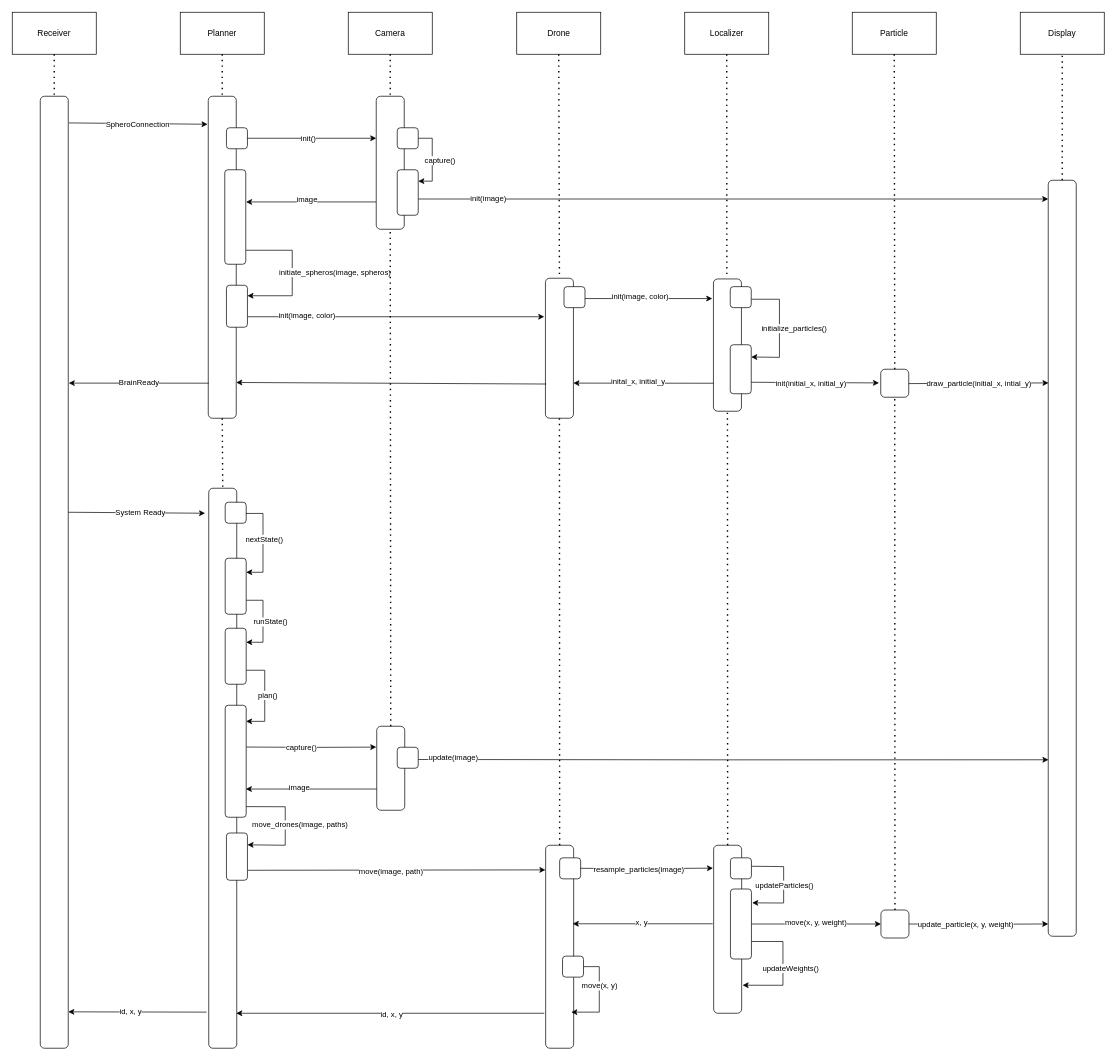
Before: implementation/prob_rob_flow.drawio in phbui/sphero-swarm, a draw.io diagram. Source tidied: cells renumbered, new cells numbered last; positions are measured from the earlier drawing's top-left corner, leaving out a move shared by most shapes. Both pictures are drawn from the tidied source at 70%, with x=0, y=0 at pixel (12, 12).
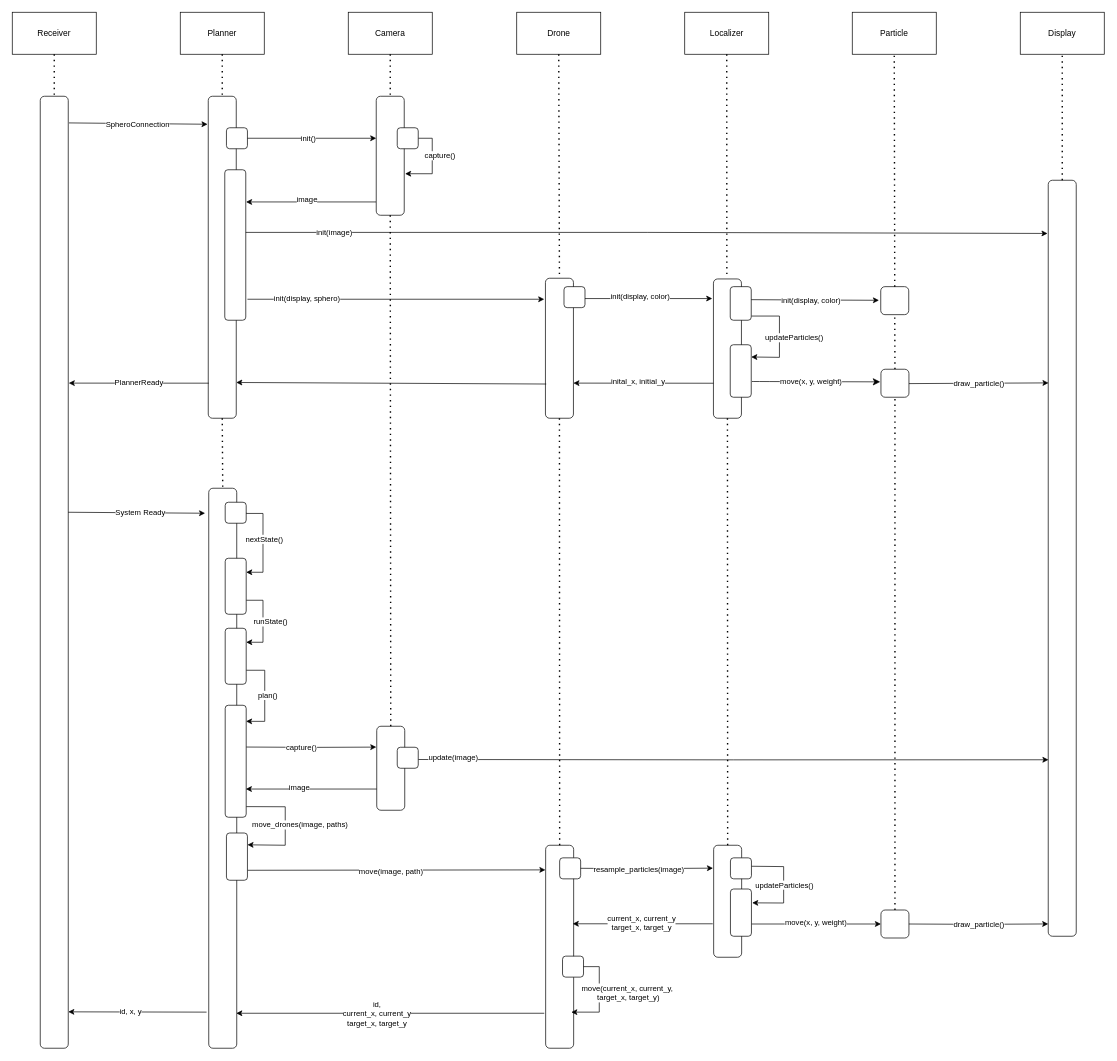
The same page after the edit.

Unchanged cells that the change refers to:
```xml
<mxCell id="8" style="endArrow=classic;html=1;rounded=0;exitX=0.012;exitY=0.666;exitDx=0;exitDy=0;exitPerimeter=0;entryX=1.012;entryY=0.285;entryDx=0;entryDy=0;entryPerimeter=0;" parent="1" edge="1">
  <mxGeometry relative="1" as="geometry">
    <mxPoint x="280.7" y="529.9" as="sourcePoint" />
    <mxPoint x="80.7" y="529.8" as="targetPoint" />
  </mxGeometry>
</mxCell>
<mxCell id="35" style="rounded=1;whiteSpace=wrap;html=1;" parent="1" vertex="1">
  <mxGeometry x="550" y="165" width="30" height="30" as="geometry" />
</mxCell>
<mxCell id="71" style="rounded=1;whiteSpace=wrap;html=1;" parent="1" vertex="1">
  <mxGeometry x="1241" y="1282.5" width="40" height="40" as="geometry" />
</mxCell>
<mxCell id="72" style="edgeStyle=orthogonalEdgeStyle;rounded=0;orthogonalLoop=1;jettySize=auto;html=1;exitX=1;exitY=0.5;exitDx=0;exitDy=0;" parent="1" edge="1">
  <mxGeometry relative="1" as="geometry">
    <mxPoint x="806.1" y="1363.4" as="sourcePoint" />
    <mxPoint x="798.6" y="1428.4" as="targetPoint" />
    <Array as="points">
      <mxPoint x="838.6" y="1363.4" />
      <mxPoint x="838.6" y="1428.4" />
    </Array>
  </mxGeometry>
</mxCell>
<mxCell id="75" style="endArrow=classic;html=1;rounded=0;" parent="1" edge="1">
  <mxGeometry relative="1" as="geometry">
    <mxPoint x="1000.7" y="1302.2" as="sourcePoint" />
    <mxPoint x="800.7" y="1302.2" as="targetPoint" />
  </mxGeometry>
</mxCell>
<mxCell id="77" style="endArrow=classic;html=1;rounded=0;" parent="1" edge="1">
  <mxGeometry relative="1" as="geometry">
    <mxPoint x="760" y="1430" as="sourcePoint" />
    <mxPoint x="320" y="1430" as="targetPoint" />
  </mxGeometry>
</mxCell>
<mxCell id="101" style="endArrow=classic;html=1;rounded=0;entryX=0.009;entryY=0.793;entryDx=0;entryDy=0;entryPerimeter=0;exitX=1;exitY=0.5;exitDx=0;exitDy=0;" parent="1" edge="1">
  <mxGeometry relative="1" as="geometry">
    <mxPoint x="1280.7" y="530.5" as="sourcePoint" />
    <mxPoint x="1480.4" y="529.5" as="targetPoint" />
  </mxGeometry>
</mxCell>
<mxCell id="108" style="edgeStyle=orthogonalEdgeStyle;rounded=0;orthogonalLoop=1;jettySize=auto;html=1;exitX=1;exitY=0.5;exitDx=0;exitDy=0;entryX=-0.009;entryY=0.89;entryDx=0;entryDy=0;entryPerimeter=0;" parent="1" edge="1">
  <mxGeometry relative="1" as="geometry">
    <mxPoint x="1281" y="1302.5" as="sourcePoint" />
    <mxPoint x="1480" y="1302.4" as="targetPoint" />
  </mxGeometry>
</mxCell>
```

Diff of the diagram source:
```diff
@@
-    <mxCell id="9" value="BrainReady" style="edgeLabel;html=1;align=center;verticalAlign=middle;" parent="8" vertex="1">
+    <mxCell id="9" value="PlannerReady" style="edgeLabel;html=1;align=center;verticalAlign=middle;" parent="8" vertex="1">
       <mxGeometry x="0.11" y="-1" relative="1" as="geometry">
         <mxPoint x="11" as="offset" />
       </mxGeometry>
     </mxCell>
@@
     <mxCell id="17" style="rounded=1;whiteSpace=wrap;html=1;" parent="1" vertex="1">
-      <mxGeometry x="1002" y="1190" width="40" height="240" as="geometry" />
+      <mxGeometry x="1002" y="1190" width="40" height="160" as="geometry" />
     </mxCell>
@@
-    <mxCell id="23" style="edgeStyle=orthogonalEdgeStyle;rounded=0;jettySize=auto;html=1;exitX=1;exitY=0.5;exitDx=0;exitDy=0;entryX=0;entryY=0.5;entryDx=0;entryDy=0;" parent="1" edge="1" source="27" target="71">
-      <mxGeometry relative="1" as="geometry" />
+    <mxCell id="23" style="edgeStyle=orthogonalEdgeStyle;rounded=0;orthogonalLoop=1;jettySize=auto;html=1;exitX=1;exitY=0.5;exitDx=0;exitDy=0;entryX=0;entryY=0.5;entryDx=0;entryDy=0;" parent="1" edge="1">
+      <mxGeometry relative="1" as="geometry">
+        <mxPoint x="1056" y="1302.5" as="sourcePoint" />
+        <mxPoint x="1241" y="1302.5" as="targetPoint" />
+      </mxGeometry>
     </mxCell>
@@
-    <mxCell id="25" style="edgeStyle=orthogonalEdgeStyle;rounded=0;jettySize=auto;html=1;exitX=1;exitY=0.75;exitDx=0;exitDy=0;entryX=1.033;entryY=0.833;entryDx=0;entryDy=0;entryPerimeter=0;" parent="1" edge="1" source="27" target="17">
-      <mxGeometry relative="1" as="geometry">
-        <Array as="points">
-          <mxPoint x="1101" y="1328" />
-          <mxPoint x="1101" y="1390" />
-          <mxPoint x="1071" y="1390" />
-        </Array>
-      </mxGeometry>
-    </mxCell>
-    <mxCell id="26" value="updateWeights()" style="edgeLabel;html=1;align=center;verticalAlign=middle;" parent="25" vertex="1">
-      <mxGeometry x="-0.15" relative="1" as="geometry">
-        <mxPoint x="10" y="13" as="offset" />
-      </mxGeometry>
-    </mxCell>
     <mxCell id="27" style="rounded=1;whiteSpace=wrap;html=1;" parent="1" vertex="1">
-      <mxGeometry x="1026" y="1252.5" width="30" height="100" as="geometry" />
+      <mxGeometry x="1026" y="1252.5" width="30" height="67.5" as="geometry" />
     </mxCell>
-    <mxCell id="28" style="endArrow=classic;html=1;rounded=0;exitX=0.992;exitY=0.875;exitDx=0;exitDy=0;exitPerimeter=0;entryX=1.033;entryY=0.198;entryDx=0;entryDy=0;entryPerimeter=0;" parent="1" edge="1" target="27">
+    <mxCell id="28" style="endArrow=classic;html=1;rounded=0;exitX=0.992;exitY=0.875;exitDx=0;exitDy=0;exitPerimeter=0;entryX=1.033;entryY=0.198;entryDx=0;entryDy=0;entryPerimeter=0;" parent="1" edge="1">
       <mxGeometry relative="1" as="geometry">
         <mxPoint x="1055.8" y="1220" as="sourcePoint" />
+        <mxPoint x="1057" y="1272.3" as="targetPoint" />
         <Array as="points">
           <mxPoint x="1102" y="1220.5" />
           <mxPoint x="1102" y="1272.5" />
         </Array>
       </mxGeometry>
     </mxCell>
@@
     <mxCell id="31" style="rounded=1;whiteSpace=wrap;html=1;" parent="1" vertex="1">
-      <mxGeometry x="520" y="120" width="40" height="190" as="geometry" />
+      <mxGeometry x="520" y="120" width="40" height="170" as="geometry" />
     </mxCell>
@@
-    <mxCell id="33" style="edgeStyle=orthogonalEdgeStyle;rounded=0;jettySize=auto;html=1;exitX=1;exitY=0.5;exitDx=0;exitDy=0;entryX=1;entryY=0.25;entryDx=0;entryDy=0;" parent="1" edge="1" source="35" target="93">
+    <mxCell id="33" style="edgeStyle=orthogonalEdgeStyle;rounded=0;jettySize=auto;html=1;exitX=1;exitY=0.5;exitDx=0;exitDy=0;entryX=1.03;entryY=0.651;entryDx=0;entryDy=0;entryPerimeter=0;" parent="1" edge="1" source="35" target="31">
       <mxGeometry relative="1" as="geometry">
         <Array as="points">
           <mxPoint x="600" y="180" />
-          <mxPoint x="600" y="241" />
-          <mxPoint x="580" y="241" />
+          <mxPoint x="600" y="230" />
+          <mxPoint x="561" y="230" />
         </Array>
       </mxGeometry>
     </mxCell>
     <mxCell id="34" value="capture()" style="edgeLabel;html=1;align=center;verticalAlign=middle;" parent="33" vertex="1">
       <mxGeometry x="-0.17" relative="1" as="geometry">
-        <mxPoint x="10" y="9" as="offset" />
+        <mxPoint x="10" y="-1" as="offset" />
       </mxGeometry>
     </mxCell>
@@
     <mxCell id="36" style="rounded=1;whiteSpace=wrap;html=1;" parent="1" vertex="1">
-      <mxGeometry x="303.6" y="225" width="30" height="135" as="geometry" />
+      <mxGeometry x="303.6" y="225" width="30" height="215" as="geometry" />
     </mxCell>
-    <mxCell id="37" style="edgeStyle=orthogonalEdgeStyle;rounded=0;orthogonalLoop=1;jettySize=auto;html=1;entryX=1;entryY=0.5;entryDx=0;entryDy=0;" parent="1" edge="1">
-      <mxGeometry relative="1" as="geometry">
-        <mxPoint x="334" y="340" as="sourcePoint" />
-        <mxPoint x="336" y="405" as="targetPoint" />
-        <Array as="points">
-          <mxPoint x="400" y="340" />
-          <mxPoint x="400" y="405" />
-        </Array>
-      </mxGeometry>
-    </mxCell>
-    <mxCell id="38" value="initiate_spheros(image, spheros)" style="edgeLabel;html=1;align=center;verticalAlign=middle;" parent="37" vertex="1">
-      <mxGeometry x="-0.09" y="-2" relative="1" as="geometry">
-        <mxPoint x="62" y="8" as="offset" />
-      </mxGeometry>
-    </mxCell>
     <mxCell id="39" style="rounded=1;whiteSpace=wrap;html=1;" parent="1" vertex="1">
-      <mxGeometry x="1001.7" y="381" width="40" height="189" as="geometry" />
+      <mxGeometry x="1001.7" y="381" width="40" height="199" as="geometry" />
     </mxCell>
@@
-    <mxCell id="44" value="init(image, color)" style="edgeLabel;html=1;align=center;verticalAlign=middle;" parent="1" vertex="1">
+    <mxCell id="44" value="init(display, color)" style="edgeLabel;html=1;align=center;verticalAlign=middle;" parent="1" vertex="1">
       <mxGeometry x="900.7" y="407" as="geometry">
         <mxPoint x="-4" y="-2" as="offset" />
       </mxGeometry>
     </mxCell>
     <mxCell id="45" style="endArrow=classic;html=1;rounded=0;entryX=1;entryY=0.25;entryDx=0;entryDy=0;" parent="1" edge="1">
       <mxGeometry relative="1" as="geometry">
-        <mxPoint x="1056" y="410" as="sourcePoint" />
+        <mxPoint x="1056" y="434" as="sourcePoint" />
         <mxPoint x="1055.7" y="492.5" as="targetPoint" />
         <Array as="points">
-          <mxPoint x="1096" y="410" />
+          <mxPoint x="1096" y="434" />
           <mxPoint x="1096" y="493" />
         </Array>
       </mxGeometry>
     </mxCell>
-    <mxCell id="46" value="initialize_particles()" style="edgeLabel;html=1;align=center;verticalAlign=middle;" parent="45" vertex="1">
+    <mxCell id="46" value="updateParticles()" style="edgeLabel;html=1;align=center;verticalAlign=middle;" parent="45" vertex="1">
       <mxGeometry x="-0.07" y="1" relative="1" as="geometry">
         <mxPoint x="19" y="5" as="offset" />
       </mxGeometry>
     </mxCell>
     <mxCell id="47" style="rounded=1;whiteSpace=wrap;html=1;" parent="1" vertex="1">
-      <mxGeometry x="1240.7" y="510" width="40" height="40" as="geometry" />
+      <mxGeometry x="1240.7" y="392" width="40" height="40" as="geometry" />
     </mxCell>
     <mxCell id="48" style="rounded=1;whiteSpace=wrap;html=1;" parent="1" vertex="1">
-      <mxGeometry x="1025.7" y="392" width="30" height="30" as="geometry" />
+      <mxGeometry x="1025.7" y="392" width="30" height="48" as="geometry" />
     </mxCell>
@@
-    <mxCell id="73" value="move(x, y)" style="edgeLabel;html=1;align=center;verticalAlign=middle;" parent="72" vertex="1">
-      <mxGeometry x="-0.13" relative="1" as="geometry" />
+    <mxCell id="73" value="&lt;div&gt;move(current_x, current_y,&amp;nbsp;&lt;/div&gt;&lt;div&gt;target_x, target_y)&lt;/div&gt;" style="edgeLabel;html=1;align=center;verticalAlign=middle;" parent="72" vertex="1">
+      <mxGeometry x="-0.13" relative="1" as="geometry">
+        <mxPoint x="41" y="10" as="offset" />
+      </mxGeometry>
     </mxCell>
@@
-    <mxCell id="76" value="x, y" style="edgeLabel;html=1;align=center;verticalAlign=middle;" parent="75" vertex="1">
+    <mxCell id="76" value="&lt;div&gt;current_x, current_y&lt;/div&gt;&lt;div&gt;target_x, target_y&lt;br&gt;&lt;/div&gt;" style="edgeLabel;html=1;align=center;verticalAlign=middle;" parent="75" vertex="1">
       <mxGeometry x="0.02" y="-2" relative="1" as="geometry" />
     </mxCell>
@@
-    <mxCell id="78" value="id, x, y" style="edgeLabel;html=1;align=center;verticalAlign=middle;" parent="77" vertex="1">
-      <mxGeometry x="-0.03" y="2" relative="1" as="geometry">
-        <mxPoint x="-6" y="-1" as="offset" />
-      </mxGeometry>
-    </mxCell>
@@
-    <mxCell id="91" style="edgeStyle=orthogonalEdgeStyle;rounded=0;orthogonalLoop=1;jettySize=auto;html=1;exitX=1;exitY=0.75;exitDx=0;exitDy=0;entryX=0;entryY=0.75;entryDx=0;entryDy=0;" parent="1" edge="1">
+    <mxCell id="91" style="edgeStyle=orthogonalEdgeStyle;rounded=0;orthogonalLoop=1;jettySize=auto;html=1;entryX=-0.026;entryY=0.05;entryDx=0;entryDy=0;entryPerimeter=0;" parent="1" edge="1">
       <mxGeometry relative="1" as="geometry">
-        <mxPoint x="580" y="266.8" as="sourcePoint" />
-        <mxPoint x="1480" y="266.8" as="targetPoint" />
+        <mxPoint x="333.6" y="314.5" as="sourcePoint" />
+        <mxPoint x="1479" y="316" as="targetPoint" />
+        <Array as="points">
+          <mxPoint x="907" y="315" />
+          <mxPoint x="1479" y="315" />
+        </Array>
       </mxGeometry>
     </mxCell>
@@
-    <mxCell id="93" style="rounded=1;whiteSpace=wrap;html=1;" parent="1" vertex="1">
-      <mxGeometry x="550" y="225" width="30" height="65" as="geometry" />
-    </mxCell>
@@
     <mxCell id="95" style="edgeStyle=orthogonalEdgeStyle;rounded=0;orthogonalLoop=1;jettySize=auto;html=1;exitX=1;exitY=0.75;exitDx=0;exitDy=0;" parent="1" edge="1">
       <mxGeometry relative="1" as="geometry">
-        <mxPoint x="336" y="435" as="sourcePoint" />
-        <mxPoint x="760" y="435" as="targetPoint" />
+        <mxPoint x="336" y="410" as="sourcePoint" />
+        <mxPoint x="760" y="410" as="targetPoint" />
       </mxGeometry>
     </mxCell>
-    <mxCell id="96" value="init(image, color)" style="edgeLabel;html=1;align=center;verticalAlign=middle;" parent="95" vertex="1">
+    <mxCell id="96" value="init(display, sphero)" style="edgeLabel;html=1;align=center;verticalAlign=middle;" parent="95" vertex="1">
       <mxGeometry x="-0.68" y="2" relative="1" as="geometry">
         <mxPoint x="16" as="offset" />
       </mxGeometry>
     </mxCell>
-    <mxCell id="97" style="rounded=1;whiteSpace=wrap;html=1;" parent="1" vertex="1">
-      <mxGeometry x="306" y="390" width="30" height="60" as="geometry" />
-    </mxCell>
     <mxCell id="98" style="rounded=1;whiteSpace=wrap;html=1;" parent="1" vertex="1">
-      <mxGeometry x="1025.7" y="475" width="30" height="70" as="geometry" />
+      <mxGeometry x="1025.7" y="475" width="30" height="75" as="geometry" />
     </mxCell>
     <mxCell id="99" style="edgeStyle=orthogonalEdgeStyle;rounded=0;orthogonalLoop=1;jettySize=auto;html=1;exitX=1;exitY=0.75;exitDx=0;exitDy=0;entryX=-0.061;entryY=0.297;entryDx=0;entryDy=0;entryPerimeter=0;" parent="1" edge="1">
       <mxGeometry relative="1" as="geometry">
-        <mxPoint x="1055.7" y="528.6" as="sourcePoint" />
-        <mxPoint x="1238.2" y="529.5" as="targetPoint" />
+        <mxPoint x="1055.7" y="410.6" as="sourcePoint" />
+        <mxPoint x="1238.2" y="411.5" as="targetPoint" />
       </mxGeometry>
     </mxCell>
-    <mxCell id="100" value="init(initial_x, initial_y)" style="edgeLabel;html=1;align=center;verticalAlign=middle;" parent="99" vertex="1">
+    <mxCell id="100" value="init(display, color)" style="edgeLabel;html=1;align=center;verticalAlign=middle;" parent="99" vertex="1">
       <mxGeometry x="-0.27" y="1" relative="1" as="geometry">
         <mxPoint x="18" y="2" as="offset" />
       </mxGeometry>
     </mxCell>
@@
-    <mxCell id="102" value="draw_particle(initial_x, intial_y)" style="edgeLabel;html=1;align=center;verticalAlign=middle;" parent="101" vertex="1">
+    <mxCell id="102" value="draw_particle()" style="edgeLabel;html=1;align=center;verticalAlign=middle;" parent="101" vertex="1">
       <mxGeometry x="-0.3" y="1" relative="1" as="geometry">
         <mxPoint x="30" as="offset" />
       </mxGeometry>
     </mxCell>
-    <mxCell id="103" style="endArrow=none;dashed=1;html=1;dashPattern=1 3;strokeWidth=2;rounded=0;entryX=0.5;entryY=1;entryDx=0;entryDy=0;exitX=0.5;exitY=0;exitDx=0;exitDy=0;" parent="1" edge="1" source="71" target="47">
+    <mxCell id="103" style="endArrow=none;dashed=1;html=1;dashPattern=1 3;strokeWidth=2;rounded=0;entryX=0.5;entryY=1;entryDx=0;entryDy=0;exitX=0.5;exitY=0;exitDx=0;exitDy=0;" parent="1" edge="1" source="116" target="47">
       <mxGeometry relative="1" as="geometry" />
     </mxCell>
@@
-    <mxCell id="109" value="update_particle(x, y, weight)" style="edgeLabel;html=1;align=center;verticalAlign=middle;" parent="108" vertex="1">
-      <mxGeometry x="-0.38" y="1" relative="1" as="geometry">
-        <mxPoint x="18" y="1" as="offset" />
-      </mxGeometry>
-    </mxCell>
@@
+    <mxCell id="114" value="id, &lt;br&gt;&lt;div&gt;current_x, current_y&lt;/div&gt;&lt;div&gt;target_x, target_y&lt;br&gt;&lt;/div&gt;" style="edgeLabel;html=1;align=center;verticalAlign=middle;" parent="1" vertex="1">
+      <mxGeometry x="520.7" y="1430" as="geometry" />
+    </mxCell>
+    <mxCell id="115" style="endArrow=none;dashed=1;html=1;dashPattern=1 3;strokeWidth=2;rounded=0;entryX=0.5;entryY=1;entryDx=0;entryDy=0;exitX=0.5;exitY=0;exitDx=0;exitDy=0;" parent="1" edge="1" source="71" target="116">
+      <mxGeometry relative="1" as="geometry" />
+    </mxCell>
+    <mxCell id="116" style="rounded=1;whiteSpace=wrap;html=1;" parent="1" vertex="1">
+      <mxGeometry x="1241" y="510" width="40" height="40" as="geometry" />
+    </mxCell>
+    <mxCell id="117" style="endArrow=classic;html=1;rounded=0;fontSize=12;startSize=8;endSize=8;curved=1;exitX=1;exitY=0.75;exitDx=0;exitDy=0;" parent="1" edge="1">
+      <mxGeometry relative="1" as="geometry">
+        <mxPoint x="1056.7" y="527.5" as="sourcePoint" />
+        <mxPoint x="1240" y="528" as="targetPoint" />
+      </mxGeometry>
+    </mxCell>
+    <mxCell id="118" value="move(x, y, weight)" style="edgeLabel;html=1;align=center;verticalAlign=middle;" parent="1" vertex="1">
+      <mxGeometry x="1140" y="526" as="geometry" />
+    </mxCell>
+    <mxCell id="119" value="draw_particle()" style="edgeLabel;html=1;align=center;verticalAlign=middle;" parent="1" vertex="1">
+      <mxGeometry x="1380" y="1302.5" as="geometry" />
+    </mxCell>
```
